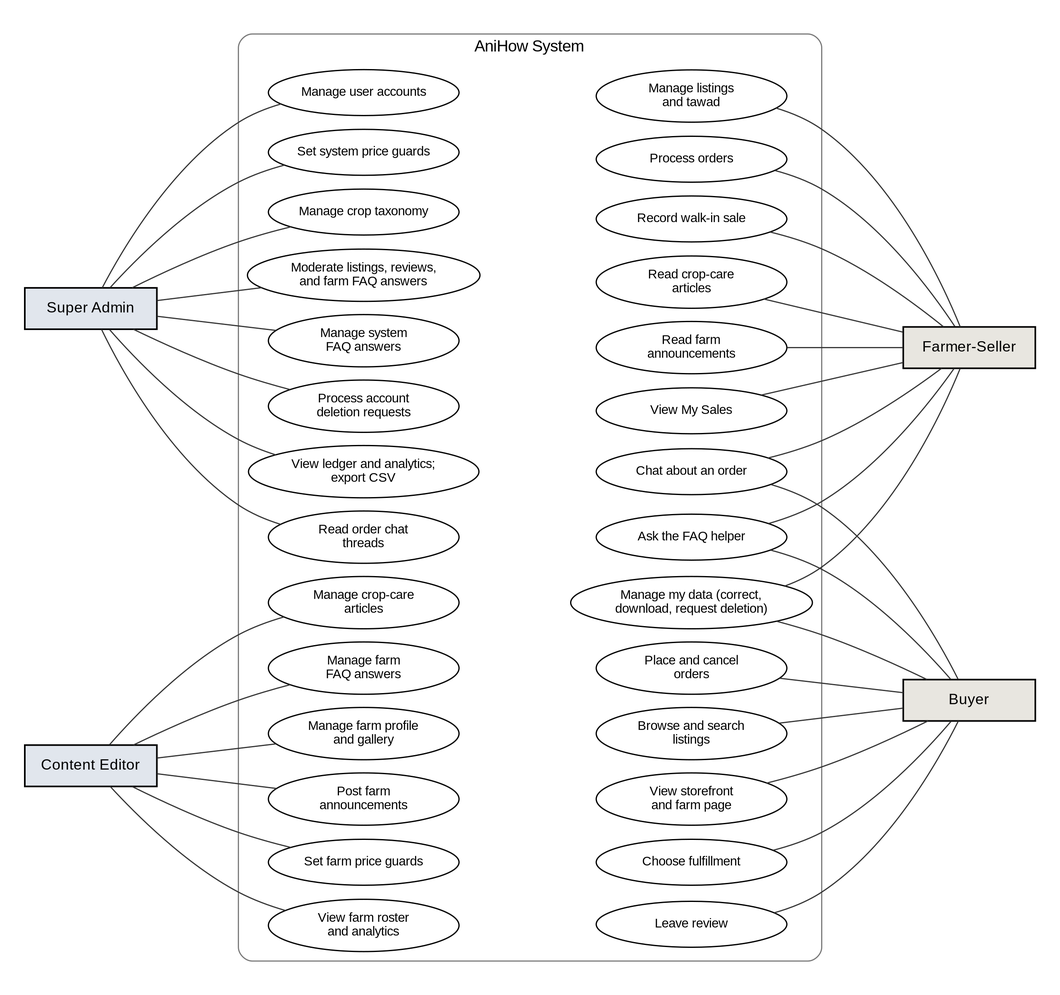
This is docs/manuscript/figures/fig5_use_case.png from shawncastaneda11-commits/anihow-backend, a Graphviz export, as it was before one commit. Its source is kept beside it as docs/manuscript/figures/src/fig5_use_case.dot. Source of this version:
```dot
digraph G {
  graph [rankdir=LR, nodesep=0.16, ranksep=1.1, pad=0.3, fontname="Liberation Sans", newrank=true];
  node  [fontname="Liberation Sans", fontsize=11];
  edge  [arrowhead=none, penwidth=1.0, color="#333333"];

  node [shape=box, style="filled", penwidth=1.4, fontsize=13, width=1.6];
  sa [label="Super Admin",    fillcolor="#E1E6ED"];
  ce [label="Content Editor", fillcolor="#E1E6ED"];
  fs [label="Farmer-Seller",  fillcolor="#E8E6E0"];
  by [label="Buyer",          fillcolor="#E8E6E0"];

  subgraph cluster_sys {
    label="AniHow System"; style="rounded"; color="#777777"; fontsize=14;
    node [shape=ellipse, style="solid", penwidth=1.1, width=2.3, height=0.55, fontsize=11];

    sa1 [label="Manage user accounts"];
    sa2 [label="Set system price guards"];
    sa3 [label="Manage crop taxonomy"];
    sa4 [label="Moderate listings, reviews,\nand farm FAQ answers"];
    sa5 [label="Manage system\nFAQ answers"];
    sa6 [label="Process account\ndeletion requests"];
    sa7 [label="View ledger and analytics;\nexport CSV"];
    sa8 [label="Read order chat\nthreads"];

    ce1 [label="Manage crop-care\narticles"];
    ce2 [label="Manage farm profile\nand gallery"];
    ce3 [label="Post farm\nannouncements"];
    ce4 [label="Manage farm\nFAQ answers"];
    ce5 [label="Set farm price guards"];
    ce6 [label="View farm roster\nand analytics"];

    fs1 [label="Manage listings\nand tawad"];
    fs2 [label="Process orders"];
    fs3 [label="Record walk-in sale"];
    fs4 [label="Read crop-care\narticles"];
    fs5 [label="Read farm\nannouncements"];
    fs6 [label="View My Sales"];

    sh1 [label="Chat about an order"];
    sh2 [label="Ask the FAQ helper"];
    sh3 [label="Manage my data (correct,\ndownload, request deletion)"];

    by1 [label="Browse and search\nlistings"];
    by2 [label="View storefront\nand farm page"];
    by3 [label="Place and cancel\norders"];
    by4 [label="Choose fulfillment"];
    by5 [label="Leave review"];
  }

  sa -> {sa1 sa2 sa3 sa4 sa5 sa6 sa7 sa8};
  ce -> {ce1 ce2 ce3 ce4 ce5 ce6};
  {fs1 fs2 fs3 fs4 fs5 fs6 sh1 sh2 sh3} -> fs;
  {sh1 sh2 sh3 by1 by2 by3 by4 by5} -> by;

  {rank=same; sa ce}
  {rank=same; sa1 sa2 sa3 sa4 sa5 sa6 sa7 sa8 ce1 ce2 ce3 ce4 ce5 ce6}
  {rank=same; fs1 fs2 fs3 fs4 fs5 fs6 sh1 sh2 sh3 by1 by2 by3 by4 by5}
  {rank=same; fs by}
  edge [style=invis];
  sa1 -> fs1; sa2 -> fs2; sa3 -> fs3; sa4 -> fs4; sa5 -> fs5; sa6 -> fs6; sa7 -> sh1;
  sa8 -> sh2; ce1 -> sh3; ce2 -> by1; ce3 -> by2; ce4 -> by3; ce5 -> by4; ce6 -> by5;
  sa1 -> sa2 -> sa3 -> sa4 -> sa5 -> sa6 -> sa7 -> sa8 -> ce1 -> ce2 -> ce3 -> ce4 -> ce5 -> ce6 [constraint=false];
  fs1 -> fs2 -> fs3 -> fs4 -> fs5 -> fs6 -> sh1 -> sh2 -> sh3 -> by1 -> by2 -> by3 -> by4 -> by5 [constraint=false];
}
```
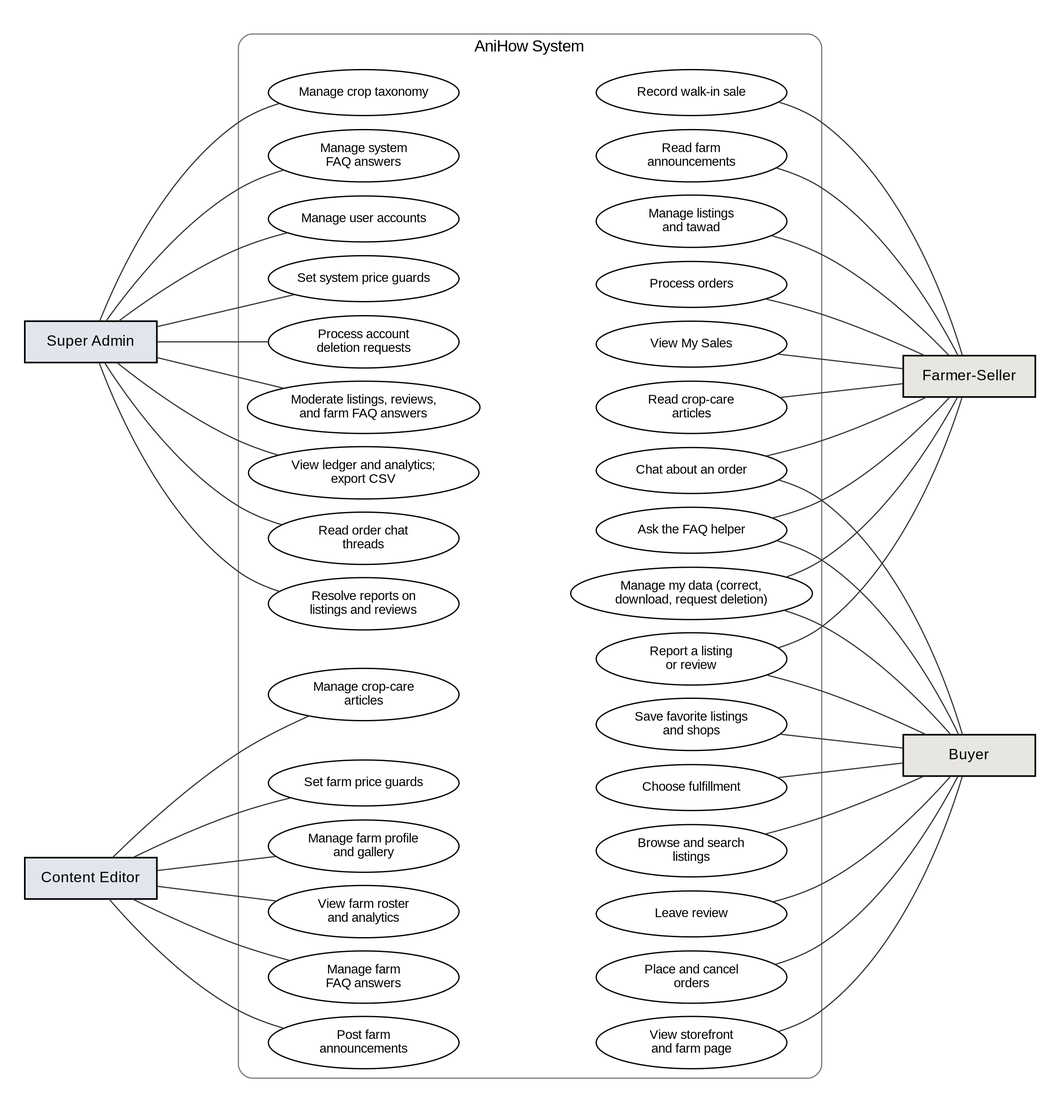
After the change.

Change to the diagram source:
```diff
@@ -21,6 +21,7 @@
     sa6 [label="Process account\ndeletion requests"];
     sa7 [label="View ledger and analytics;\nexport CSV"];
     sa8 [label="Read order chat\nthreads"];
+    sa9 [label="Resolve reports on\nlistings and reviews"];
 
     ce1 [label="Manage crop-care\narticles"];
     ce2 [label="Manage farm profile\nand gallery"];
@@ -39,26 +40,28 @@
     sh1 [label="Chat about an order"];
     sh2 [label="Ask the FAQ helper"];
     sh3 [label="Manage my data (correct,\ndownload, request deletion)"];
+    sh4 [label="Report a listing\nor review"];
 
     by1 [label="Browse and search\nlistings"];
     by2 [label="View storefront\nand farm page"];
     by3 [label="Place and cancel\norders"];
     by4 [label="Choose fulfillment"];
     by5 [label="Leave review"];
+    by6 [label="Save favorite listings\nand shops"];
   }
 
-  sa -> {sa1 sa2 sa3 sa4 sa5 sa6 sa7 sa8};
+  sa -> {sa1 sa2 sa3 sa4 sa5 sa6 sa7 sa8 sa9};
   ce -> {ce1 ce2 ce3 ce4 ce5 ce6};
-  {fs1 fs2 fs3 fs4 fs5 fs6 sh1 sh2 sh3} -> fs;
-  {sh1 sh2 sh3 by1 by2 by3 by4 by5} -> by;
+  {fs1 fs2 fs3 fs4 fs5 fs6 sh1 sh2 sh3 sh4} -> fs;
+  {sh1 sh2 sh3 sh4 by1 by2 by3 by4 by5 by6} -> by;
 
   {rank=same; sa ce}
-  {rank=same; sa1 sa2 sa3 sa4 sa5 sa6 sa7 sa8 ce1 ce2 ce3 ce4 ce5 ce6}
-  {rank=same; fs1 fs2 fs3 fs4 fs5 fs6 sh1 sh2 sh3 by1 by2 by3 by4 by5}
+  {rank=same; sa1 sa2 sa3 sa4 sa5 sa6 sa7 sa8 sa9 ce1 ce2 ce3 ce4 ce5 ce6}
+  {rank=same; fs1 fs2 fs3 fs4 fs5 fs6 sh1 sh2 sh3 sh4 by1 by2 by3 by4 by5 by6}
   {rank=same; fs by}
   edge [style=invis];
   sa1 -> fs1; sa2 -> fs2; sa3 -> fs3; sa4 -> fs4; sa5 -> fs5; sa6 -> fs6; sa7 -> sh1;
-  sa8 -> sh2; ce1 -> sh3; ce2 -> by1; ce3 -> by2; ce4 -> by3; ce5 -> by4; ce6 -> by5;
-  sa1 -> sa2 -> sa3 -> sa4 -> sa5 -> sa6 -> sa7 -> sa8 -> ce1 -> ce2 -> ce3 -> ce4 -> ce5 -> ce6 [constraint=false];
-  fs1 -> fs2 -> fs3 -> fs4 -> fs5 -> fs6 -> sh1 -> sh2 -> sh3 -> by1 -> by2 -> by3 -> by4 -> by5 [constraint=false];
+  sa8 -> sh2; sa9 -> sh3; ce1 -> sh4; ce2 -> by1; ce3 -> by2; ce4 -> by3; ce5 -> by4; ce6 -> by5;
+  sa1 -> sa2 -> sa3 -> sa4 -> sa5 -> sa6 -> sa7 -> sa8 -> sa9 -> ce1 -> ce2 -> ce3 -> ce4 -> ce5 -> ce6 [constraint=false];
+  fs1 -> fs2 -> fs3 -> fs4 -> fs5 -> fs6 -> sh1 -> sh2 -> sh3 -> sh4 -> by1 -> by2 -> by3 -> by4 -> by5 -> by6 [constraint=false];
 }
```
